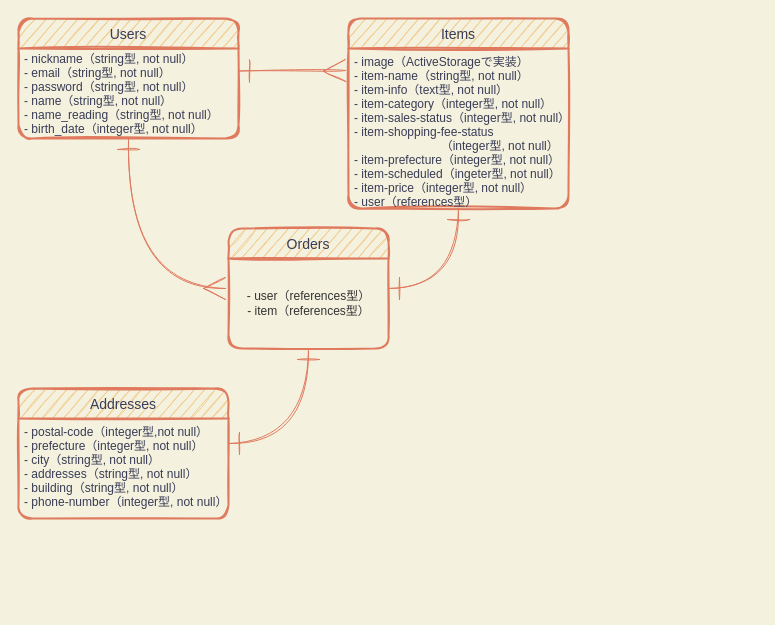
The draw.io diagram furima-32482.dio in Hasumi-Uehara/furima-32482, before the edit. Source tidied: cells renumbered, new cells numbered last; positions are measured from the earlier drawing's top-left corner, leaving out a move shared by most shapes. Both pictures are drawn from the tidied source at 100%, with x=0, y=0 at pixel (18, 18).
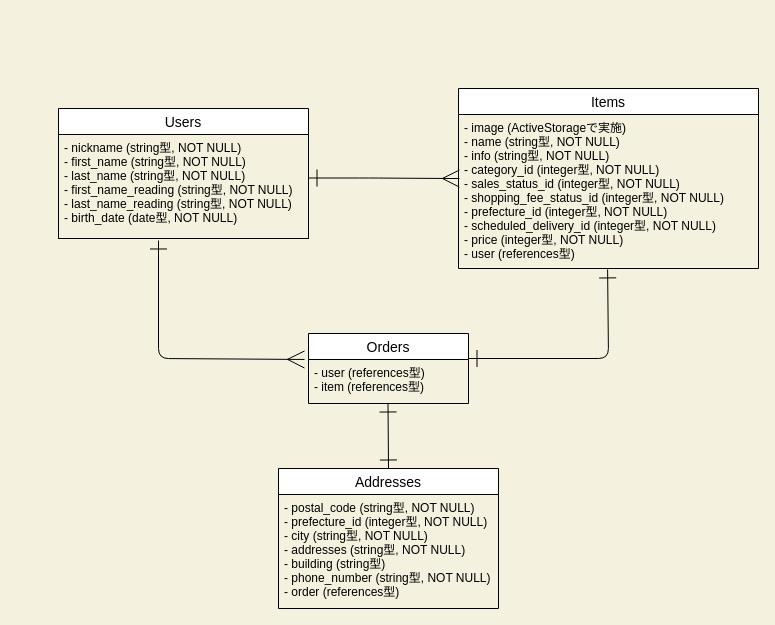
The same page after the edit.

Commit message (it also covers changes not shown here):
README・ER図の修正

Change to the diagram source:
```diff
@@
 <mxGraphModel background="#F4F1DE">
   <root>
     <mxCell id="0" />
     <mxCell id="1" parent="0" />
-    <mxCell id="2" value="Users" style="swimlane;horizontal=1;startSize=30;rounded=1;fontSize=14;fontStyle=0;strokeWidth=2;shadow=0;dashed=0;align=center;fillColor=#F2CC8F;strokeColor=#E07A5F;fontColor=#393C56;sketch=1;" parent="1" vertex="1">
-      <mxGeometry width="220" height="120" as="geometry" />
-    </mxCell>
-    <mxCell id="3" value="- nickname（string型, not null）&#10;- email（string型, not null）&#10;- password（string型, not null）&#10;- name（string型, not null）&#10;- name_reading（string型, not null）&#10;- birth_date（integer型, not null）" style="align=left;strokeColor=none;fillColor=none;spacingLeft=4;fontSize=12;verticalAlign=bottom;fontColor=#393C56;sketch=1;" parent="2" vertex="1">
-      <mxGeometry y="30" width="220" height="90" as="geometry" />
-    </mxCell>
+    <mxCell id="13" value="Users" style="swimlane;fontStyle=0;horizontal=1;startSize=26;align=center;fontSize=14;" parent="1" vertex="1">
+      <mxGeometry x="40" y="90" width="250" height="130" as="geometry" />
+    </mxCell>
-    <mxCell id="4" value="Items" style="swimlane;horizontal=1;startSize=30;rounded=1;fontSize=14;fontStyle=0;strokeWidth=2;shadow=0;dashed=0;align=center;fillColor=#F2CC8F;strokeColor=#E07A5F;fontColor=#393C56;sketch=1;" parent="1" vertex="1">
-      <mxGeometry x="330" width="220" height="190" as="geometry" />
+    <mxCell id="4" value="Items" style="swimlane;fontStyle=0;horizontal=1;startSize=26;align=center;fontSize=14;labelBackgroundColor=none;strokeColor=#000000;" parent="1" vertex="1">
+      <mxGeometry x="440" y="70" width="300" height="180" as="geometry" />
     </mxCell>
-    <mxCell id="5" value="- image（ActiveStorageで実装）&#10;- item-name（string型, not null）&#10;- item-info（text型, not null）&#10;- item-category（integer型, not null）&#10;- item-sales-status（integer型, not null）&#10;- item-shopping-fee-status&#10;                          （integer型, not null）&#10;- item-prefecture（integer型, not null）&#10;- item-scheduled（ingeter型, not null）&#10;- item-price（integer型, not null）&#10;- user（references型）" style="align=left;strokeColor=none;fillColor=none;spacingLeft=4;fontSize=12;verticalAlign=top;fontColor=#393C56;sketch=1;" parent="4" vertex="1">
-      <mxGeometry y="30" width="220" height="160" as="geometry" />
-    </mxCell>
+    <mxCell id="14" value="- image (ActiveStorageで実施)&#10;- name (string型, NOT NULL)&#10;- info (string型, NOT NULL)&#10;- category_id (integer型, NOT NULL)&#10;- sales_status_id (integer型, NOT NULL)&#10;- shopping_fee_status_id (integer型, NOT NULL)&#10;- prefecture_id (integer型, NOT NULL)&#10;- scheduled_delivery_id (integer型, NOT NULL)&#10;- price (integer型, NOT NULL)&#10;- user (references型)" style="text;strokeColor=none;fillColor=none;spacingLeft=4;spacingRight=4;overflow=hidden;points=[[0,0.5],[1,0.5]];portConstraint=eastwest;fontSize=12;fontColor=#000000;" parent="4" vertex="1">
+      <mxGeometry y="26" width="300" height="154" as="geometry" />
+    </mxCell>
-    <mxCell id="6" value="Orders" style="swimlane;horizontal=1;startSize=30;rounded=1;fontSize=14;fontStyle=0;strokeWidth=2;shadow=0;dashed=0;align=center;fillColor=#F2CC8F;strokeColor=#E07A5F;fontColor=#393C56;sketch=1;" parent="1" vertex="1">
-      <mxGeometry x="210" y="210" width="160" height="120" as="geometry" />
+    <mxCell id="6" value="Orders" style="swimlane;fontStyle=0;horizontal=1;startSize=26;align=center;fontSize=14;labelBackgroundColor=none;strokeColor=#000000;" parent="1" vertex="1">
+      <mxGeometry x="290" y="315" width="160" height="70" as="geometry" />
     </mxCell>
-    <mxCell id="7" value="&lt;font color=&quot;#333333&quot;&gt;- user（references型）&lt;br&gt;- item（references型）&lt;/font&gt;" style="text;html=1;align=center;verticalAlign=middle;fontColor=#393C56;sketch=1;" parent="6" vertex="1">
-      <mxGeometry y="30" width="160" height="90" as="geometry" />
-    </mxCell>
+    <mxCell id="15" value="- user (references型)&#10;- item (references型)&#10;" style="text;strokeColor=none;fillColor=none;spacingLeft=4;spacingRight=4;overflow=hidden;fontSize=12;fontColor=#000000;" parent="6" vertex="1">
+      <mxGeometry y="26" width="160" height="44" as="geometry" />
+    </mxCell>
-    <mxCell id="8" value="Addresses" style="swimlane;horizontal=1;startSize=30;rounded=1;fontSize=14;fontStyle=0;strokeWidth=2;shadow=0;dashed=0;align=center;fillColor=#F2CC8F;strokeColor=#E07A5F;fontColor=#393C56;sketch=1;" parent="1" vertex="1">
-      <mxGeometry y="370" width="210" height="130" as="geometry" />
+    <mxCell id="8" value="Addresses" style="swimlane;fontStyle=0;horizontal=1;startSize=26;align=center;fontSize=14;labelBackgroundColor=none;strokeColor=#000000;" parent="1" vertex="1">
+      <mxGeometry x="260" y="450" width="220" height="140" as="geometry" />
     </mxCell>
-    <mxCell id="9" value="- postal-code（integer型,not null）&#10;- prefecture（integer型, not null）&#10;- city（string型, not null）&#10;- addresses（string型, not null）&#10;- building（string型, not null）&#10;- phone-number（integer型, not null）" style="align=left;strokeColor=none;fillColor=none;spacingLeft=4;fontSize=12;verticalAlign=top;fontColor=#393C56;sketch=1;" parent="8" vertex="1">
-      <mxGeometry y="30" width="210" height="100" as="geometry" />
-    </mxCell>
-    <mxCell id="10" style="edgeStyle=orthogonalEdgeStyle;rounded=1;jettySize=auto;html=1;exitX=0.5;exitY=1;exitDx=0;exitDy=0;startArrow=ERone;startFill=0;startSize=20;endArrow=ERmany;endFill=0;endSize=20;targetPerimeterSpacing=0;strokeColor=#E07A5F;fontColor=#393C56;labelBackgroundColor=#F4F1DE;sketch=1;curved=1;" parent="1" edge="1" source="3">
-      <mxGeometry relative="1" as="geometry">
-        <mxPoint x="207" y="270" as="targetPoint" />
-        <Array as="points">
-          <mxPoint x="110" y="270" />
-          <mxPoint x="207" y="270" />
-        </Array>
-      </mxGeometry>
-    </mxCell>
-    <mxCell id="11" style="edgeStyle=orthogonalEdgeStyle;rounded=1;jettySize=auto;html=1;exitX=0.5;exitY=1;exitDx=0;exitDy=0;entryX=1;entryY=0.5;entryDx=0;entryDy=0;startArrow=ERone;startFill=0;startSize=20;endArrow=ERone;endFill=0;endSize=20;targetPerimeterSpacing=0;strokeColor=#E07A5F;fontColor=#393C56;labelBackgroundColor=#F4F1DE;sketch=1;curved=1;" parent="1" edge="1" source="5" target="6">
-      <mxGeometry relative="1" as="geometry" />
-    </mxCell>
-    <mxCell id="12" style="edgeStyle=orthogonalEdgeStyle;rounded=1;jettySize=auto;html=1;exitX=1;exitY=0.25;exitDx=0;exitDy=0;startArrow=ERone;startFill=0;startSize=20;endArrow=ERone;endFill=0;endSize=20;targetPerimeterSpacing=0;strokeColor=#E07A5F;fontColor=#393C56;entryX=0.5;entryY=1;entryDx=0;entryDy=0;labelBackgroundColor=#F4F1DE;sketch=1;curved=1;" parent="1" edge="1" source="9" target="6">
-      <mxGeometry relative="1" as="geometry">
-        <Array as="points">
-          <mxPoint x="290" y="425" />
-        </Array>
-      </mxGeometry>
-    </mxCell>
-    <mxCell id="13" style="edgeStyle=orthogonalEdgeStyle;rounded=0;jettySize=auto;html=1;exitX=1;exitY=0.25;exitDx=0;exitDy=0;startArrow=ERone;startFill=0;endSize=20;endArrow=ERmany;endFill=0;startSize=20;fillColor=#F2CC8F;strokeColor=#E07A5F;labelBackgroundColor=#F4F1DE;fontColor=#393C56;sketch=1;curved=1;" parent="1" edge="1" source="3">
-      <mxGeometry relative="1" as="geometry">
-        <mxPoint x="327" y="52" as="targetPoint" />
-        <Array as="points">
-          <mxPoint x="310" y="52" />
-          <mxPoint x="310" y="52" />
-        </Array>
-      </mxGeometry>
-    </mxCell>
+    <mxCell id="16" value="- postal_code (string型, NOT NULL)&#10;- prefecture_id (integer型, NOT NULL)&#10;- city (string型, NOT NULL)&#10;- addresses (string型, NOT NULL)&#10;- building (string型)&#10;- phone_number (string型, NOT NULL)&#10;- order (references型)" style="text;strokeColor=none;fillColor=none;spacingLeft=4;spacingRight=4;overflow=hidden;fontSize=12;fontColor=#000000;" parent="8" vertex="1">
+      <mxGeometry y="26" width="220" height="114" as="geometry" />
+    </mxCell>
+    <mxCell id="17" value="- nickname (string型, NOT NULL)&#10;- first_name (string型, NOT NULL)&#10;- last_name (string型, NOT NULL)&#10;- first_name_reading (string型, NOT NULL)&#10;- last_name_reading (string型, NOT NULL)&#10;- birth_date (date型, NOT NULL)" style="text;fillColor=none;spacingLeft=4;spacingRight=4;overflow=hidden;points=[[0,0.5],[1,0.5]];portConstraint=eastwest;fontSize=12;labelBackgroundColor=none;fontColor=#000000;strokeColor=#000000;" parent="1" vertex="1">
+      <mxGeometry x="40" y="116" width="250" height="104" as="geometry" />
+    </mxCell>
+    <mxCell id="18" style="fontSize=12;html=1;endArrow=ERmany;startArrow=ERone;strokeColor=#000000;elbow=vertical;exitX=0.4;exitY=1.019;exitDx=0;exitDy=0;exitPerimeter=0;entryX=-0.025;entryY=0.371;entryDx=0;entryDy=0;entryPerimeter=0;startFill=0;endFill=0;endSize=15;startSize=15;" parent="1" edge="1" source="17" target="6">
+      <mxGeometry relative="1" as="geometry">
+        <Array as="points">
+          <mxPoint x="140" y="340" />
+        </Array>
+      </mxGeometry>
+    </mxCell>
+    <mxCell id="19" style="fontSize=12;html=1;endArrow=ERone;endFill=0;strokeColor=#000000;entryX=0.497;entryY=1.006;entryDx=0;entryDy=0;entryPerimeter=0;startArrow=ERone;startFill=0;endSize=15;startSize=15;" parent="1" edge="1" target="14">
+      <mxGeometry relative="1" as="geometry">
+        <mxPoint x="450" y="340" as="sourcePoint" />
+        <Array as="points">
+          <mxPoint x="590" y="340" />
+        </Array>
+      </mxGeometry>
+    </mxCell>
+    <mxCell id="20" style="fontSize=12;html=1;endArrow=ERmany;startArrow=ERone;strokeColor=#000000;entryX=0.003;entryY=0.416;entryDx=0;entryDy=0;entryPerimeter=0;startFill=0;endFill=0;endSize=15;startSize=15;" parent="1" edge="1" target="14">
+      <mxGeometry relative="1" as="geometry">
+        <mxPoint x="290" y="159.5" as="sourcePoint" />
+        <Array as="points">
+          <mxPoint x="350" y="159.5" />
+        </Array>
+      </mxGeometry>
+    </mxCell>
+    <mxCell id="21" style="fontSize=12;html=1;endArrow=ERone;endFill=1;strokeColor=#000000;startArrow=ERone;startFill=0;endSize=15;startSize=15;" parent="1" edge="1">
+      <mxGeometry relative="1" as="geometry">
+        <mxPoint x="370" y="450" as="sourcePoint" />
+        <mxPoint x="369.5" y="385" as="targetPoint" />
+      </mxGeometry>
+    </mxCell>
   </root>
 </mxGraphModel>
```
